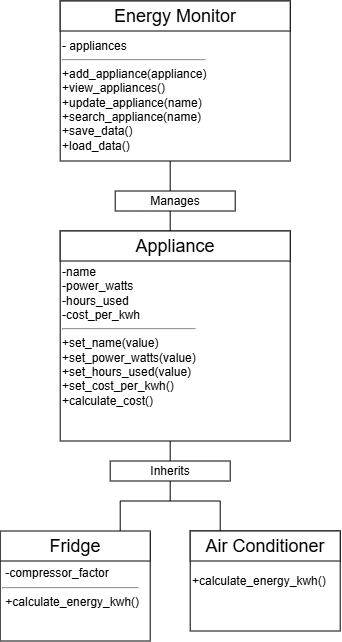
Earlier version of the draw.io export class-diagram.png (mileswilliams853-lab/UFP0007-M01124542). Source tidied: cells renumbered, new cells last; positions are measured from the earlier drawing's top-left corner, leaving out a move shared by most shapes.
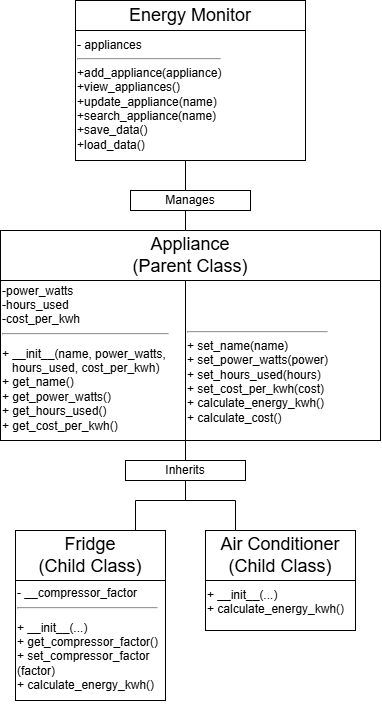
Later version of the same file.

Change to the diagram source:
```diff
@@ -17,8 +17,8 @@
     <mxCell id="5" value="Manages" style="rounded=0;whiteSpace=wrap;html=1;" parent="1" vertex="1">
       <mxGeometry x="115" y="190" width="120" height="20" as="geometry" />
     </mxCell>
-    <mxCell id="6" value="-name&lt;div&gt;-power_watts&lt;/div&gt;&lt;div&gt;-hours_used&lt;/div&gt;&lt;div&gt;-cost_per_kwh&lt;/div&gt;&lt;div&gt;&lt;hr&gt;+set_name(value)&lt;/div&gt;&lt;div&gt;+set_power_watts(value)&lt;/div&gt;&lt;div&gt;+set_hours_used(value)&lt;/div&gt;&lt;div&gt;+set_cost_per_kwh()&lt;/div&gt;&lt;div&gt;+calculate_cost()&lt;/div&gt;" style="rounded=0;whiteSpace=wrap;html=1;align=left;" parent="1" vertex="1">
-      <mxGeometry x="60" y="230" width="230" height="210" as="geometry" />
+    <mxCell id="6" value="&lt;div&gt;&lt;br&gt;&lt;/div&gt;&lt;div&gt;&lt;br&gt;&lt;/div&gt;&lt;div&gt;&lt;br&gt;&lt;/div&gt;-name&lt;div&gt;-power_watts&lt;/div&gt;&lt;div&gt;-hours_used&lt;/div&gt;&lt;div&gt;-cost_per_kwh&lt;/div&gt;&lt;div&gt;&lt;hr&gt;&lt;pre dir=&quot;ltr&quot;&gt;&lt;code&gt;&lt;font face=&quot;Helvetica&quot;&gt;+ __init__(name, power_watts, &lt;br&gt;   hours_used, cost_per_kwh)&lt;br&gt;+ get_name()&lt;br&gt;+ get_power_watts()&lt;br&gt;+ get_hours_used()&lt;br&gt;+ get_cost_per_kwh()&lt;/font&gt;&lt;/code&gt;&lt;/pre&gt;&lt;/div&gt;" style="rounded=0;whiteSpace=wrap;html=1;align=left;" parent="1" vertex="1">
+      <mxGeometry x="-15" y="230" width="185" height="210" as="geometry" />
     </mxCell>
     <mxCell id="7" style="endArrow=none;html=1;rounded=0;startSize=26;endSize=35;" parent="1" edge="1">
       <mxGeometry relative="1" as="geometry">
@@ -26,8 +26,8 @@
         <mxPoint x="170" y="240" as="targetPoint" />
       </mxGeometry>
     </mxCell>
-    <mxCell id="8" value="&lt;font style=&quot;font-size: 18px;&quot;&gt;Appliance&lt;/font&gt;" style="rounded=0;whiteSpace=wrap;html=1;" parent="1" vertex="1">
-      <mxGeometry x="60" y="230" width="230" height="30" as="geometry" />
+    <mxCell id="8" value="&lt;font style=&quot;font-size: 18px;&quot;&gt;Appliance&lt;/font&gt;&lt;div&gt;&lt;font style=&quot;font-size: 18px;&quot;&gt;(Parent Class)&lt;/font&gt;&lt;/div&gt;" style="rounded=0;whiteSpace=wrap;html=1;" parent="1" vertex="1">
+      <mxGeometry x="-15" y="230" width="380" height="50" as="geometry" />
     </mxCell>
     <mxCell id="9" style="endArrow=none;html=1;rounded=0;startSize=26;endSize=35;" parent="1" edge="1">
       <mxGeometry relative="1" as="geometry">
@@ -62,17 +62,20 @@
         <mxPoint x="120" y="500" as="targetPoint" />
       </mxGeometry>
     </mxCell>
-    <mxCell id="15" value="&amp;nbsp;-compressor_factor&lt;div&gt;&lt;/div&gt;&lt;div&gt;&lt;hr&gt;&amp;nbsp;+calculate_energy_kwh()&lt;/div&gt;" style="rounded=0;whiteSpace=wrap;html=1;align=left;" parent="1" vertex="1">
-      <mxGeometry y="532" width="150" height="108" as="geometry" />
+    <mxCell id="15" value="&amp;nbsp;&lt;div&gt;&lt;br&gt;&lt;/div&gt;&lt;div&gt;&lt;br&gt;&lt;/div&gt;&lt;div&gt;&lt;br&gt;&lt;/div&gt;&lt;div&gt;- __compressor_factor&lt;div&gt;&lt;/div&gt;&lt;div&gt;&lt;hr&gt;&lt;pre dir=&quot;ltr&quot;&gt;&lt;code&gt;&lt;font face=&quot;Helvetica&quot;&gt;+ __init__(...)&lt;br&gt;+ get_compressor_factor()&lt;br&gt;+ set_compressor_factor&lt;br&gt;(factor)&lt;br&gt;+ calculate_energy_kwh()&lt;/font&gt;&lt;/code&gt;&lt;/pre&gt;&lt;/div&gt;&lt;/div&gt;" style="rounded=0;whiteSpace=wrap;html=1;align=left;" parent="1" vertex="1">
+      <mxGeometry y="532" width="150" height="168" as="geometry" />
     </mxCell>
-    <mxCell id="16" value="+calculate_energy_kwh()" style="rounded=0;whiteSpace=wrap;html=1;align=left;" parent="1" vertex="1">
+    <mxCell id="16" value="&lt;div&gt;&lt;pre dir=&quot;ltr&quot;&gt;&lt;code&gt;&lt;br&gt;&lt;br&gt;&lt;br&gt;&lt;font face=&quot;Helvetica&quot;&gt;+ __init__(...)&lt;br&gt;+ calculate_energy_kwh()&lt;/font&gt;&lt;/code&gt;&lt;/pre&gt;&lt;/div&gt;" style="rounded=0;whiteSpace=wrap;html=1;align=left;" parent="1" vertex="1">
       <mxGeometry x="190" y="530" width="150" height="100" as="geometry" />
     </mxCell>
-    <mxCell id="17" value="&lt;font style=&quot;font-size: 18px;&quot;&gt;Fridge&lt;/font&gt;" style="rounded=0;whiteSpace=wrap;html=1;" parent="1" vertex="1">
-      <mxGeometry y="530" width="150" height="30" as="geometry" />
+    <mxCell id="17" value="&lt;font style=&quot;font-size: 18px;&quot;&gt;Fridge&lt;/font&gt;&lt;div&gt;&lt;font style=&quot;font-size: 18px;&quot;&gt;(Child Class)&lt;/font&gt;&lt;/div&gt;" style="rounded=0;whiteSpace=wrap;html=1;" parent="1" vertex="1">
+      <mxGeometry y="530" width="150" height="50" as="geometry" />
     </mxCell>
-    <mxCell id="18" value="&lt;font style=&quot;font-size: 18px;&quot;&gt;Air Conditioner&lt;/font&gt;" style="rounded=0;whiteSpace=wrap;html=1;" parent="1" vertex="1">
-      <mxGeometry x="190" y="530" width="150" height="30" as="geometry" />
+    <mxCell id="18" value="&lt;font style=&quot;font-size: 18px;&quot;&gt;Air Conditioner&lt;/font&gt;&lt;div&gt;&lt;font style=&quot;font-size: 18px;&quot;&gt;(Child Class)&lt;/font&gt;&lt;/div&gt;" style="rounded=0;whiteSpace=wrap;html=1;" parent="1" vertex="1">
+      <mxGeometry x="190" y="530" width="150" height="50" as="geometry" />
     </mxCell>
+    <mxCell id="19" value="&lt;pre dir=&quot;ltr&quot;&gt;&lt;code&gt;&lt;font face=&quot;Helvetica&quot;&gt;&lt;br&gt;&lt;br&gt;&lt;/font&gt;&lt;hr&gt;&lt;font face=&quot;Helvetica&quot;&gt;+ set_name(name)&lt;br&gt;+ set_power_watts(power)&lt;br&gt;+ set_hours_used(hours)&lt;br&gt;+ set_cost_per_kwh(cost)&lt;br&gt;+ calculate_energy_kwh()&lt;br&gt;+ calculate_cost()&lt;/font&gt;&lt;/code&gt;&lt;/pre&gt;" style="rounded=0;whiteSpace=wrap;html=1;align=left;" parent="1" vertex="1">
+      <mxGeometry x="170" y="280" width="195" height="160" as="geometry" />
+    </mxCell>
   </root>
 </mxGraphModel>
```
